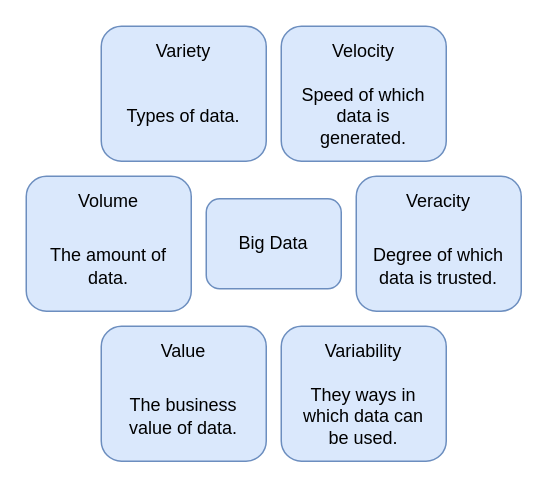
MilosSimic/phd-thesis keeps this draw.io diagram as diagrams/BigData.drawio. Above is the earlier version. Source tidied: cells renumbered, new cells numbered last; positions are measured from the earlier drawing's top-left corner, leaving out a move shared by most shapes. Both pictures are drawn from the tidied source at 150%, with x=0, y=0 at pixel (26, 26).
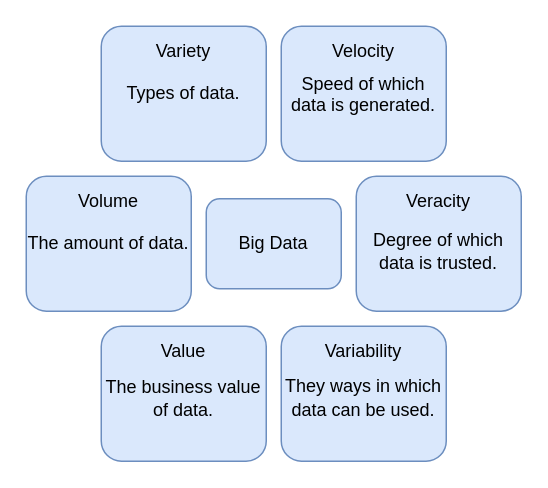
The same diagram, later.

Diff of the diagram source:
```diff
@@
-    <mxCell id="2" style="rounded=1;whiteSpace=wrap;html=1;fillColor=#dae8fc;strokeColor=#6c8ebf;labelPosition=center;verticalLabelPosition=top;align=center;verticalAlign=bottom;" parent="1" vertex="1">
-      <mxGeometry y="100" width="110" height="90" as="geometry" />
-    </mxCell>
+    <mxCell id="22" style="rounded=1;whiteSpace=wrap;html=1;fillColor=#dae8fc;strokeColor=#6c8ebf;labelPosition=center;verticalLabelPosition=top;align=center;verticalAlign=bottom;" parent="1" vertex="1">
+      <mxGeometry y="100" width="110" height="90" as="geometry" />
+    </mxCell>
@@
-    <mxCell id="4" style="rounded=1;whiteSpace=wrap;html=1;fillColor=#dae8fc;strokeColor=#6c8ebf;labelPosition=center;verticalLabelPosition=top;align=center;verticalAlign=bottom;" parent="1" vertex="1">
-      <mxGeometry x="50" width="110" height="90" as="geometry" />
-    </mxCell>
+    <mxCell id="23" style="rounded=1;whiteSpace=wrap;html=1;fillColor=#dae8fc;strokeColor=#6c8ebf;labelPosition=center;verticalLabelPosition=top;align=center;verticalAlign=bottom;" parent="1" vertex="1">
+      <mxGeometry x="50" width="110" height="90" as="geometry" />
+    </mxCell>
@@
-    <mxCell id="6" style="rounded=1;whiteSpace=wrap;html=1;fillColor=#dae8fc;strokeColor=#6c8ebf;labelPosition=center;verticalLabelPosition=top;align=center;verticalAlign=bottom;" parent="1" vertex="1">
-      <mxGeometry x="170" width="110" height="90" as="geometry" />
-    </mxCell>
+    <mxCell id="24" style="rounded=1;whiteSpace=wrap;html=1;fillColor=#dae8fc;strokeColor=#6c8ebf;labelPosition=center;verticalLabelPosition=top;align=center;verticalAlign=bottom;" parent="1" vertex="1">
+      <mxGeometry x="170" width="110" height="90" as="geometry" />
+    </mxCell>
@@
-    <mxCell id="8" style="rounded=1;whiteSpace=wrap;html=1;fillColor=#dae8fc;strokeColor=#6c8ebf;labelPosition=center;verticalLabelPosition=top;align=center;verticalAlign=bottom;" parent="1" vertex="1">
-      <mxGeometry x="220" y="100" width="110" height="90" as="geometry" />
-    </mxCell>
+    <mxCell id="25" style="rounded=1;whiteSpace=wrap;html=1;fillColor=#dae8fc;strokeColor=#6c8ebf;labelPosition=center;verticalLabelPosition=top;align=center;verticalAlign=bottom;" parent="1" vertex="1">
+      <mxGeometry x="220" y="100" width="110" height="90" as="geometry" />
+    </mxCell>
@@
-    <mxCell id="10" style="rounded=1;whiteSpace=wrap;html=1;fillColor=#dae8fc;strokeColor=#6c8ebf;labelPosition=center;verticalLabelPosition=top;align=center;verticalAlign=bottom;" parent="1" vertex="1">
-      <mxGeometry x="50" y="200" width="110" height="90" as="geometry" />
-    </mxCell>
+    <mxCell id="26" style="rounded=1;whiteSpace=wrap;html=1;fillColor=#dae8fc;strokeColor=#6c8ebf;labelPosition=center;verticalLabelPosition=top;align=center;verticalAlign=bottom;" parent="1" vertex="1">
+      <mxGeometry x="50" y="200" width="110" height="90" as="geometry" />
+    </mxCell>
@@
-    <mxCell id="12" style="rounded=1;whiteSpace=wrap;html=1;fillColor=#dae8fc;strokeColor=#6c8ebf;labelPosition=center;verticalLabelPosition=top;align=center;verticalAlign=bottom;" parent="1" vertex="1">
-      <mxGeometry x="170" y="200" width="110" height="90" as="geometry" />
-    </mxCell>
+    <mxCell id="27" style="rounded=1;whiteSpace=wrap;html=1;fillColor=#dae8fc;strokeColor=#6c8ebf;labelPosition=center;verticalLabelPosition=top;align=center;verticalAlign=bottom;" parent="1" vertex="1">
+      <mxGeometry x="170" y="200" width="110" height="90" as="geometry" />
+    </mxCell>
@@
     <mxCell id="14" value="The amount of data." style="text;html=1;strokeColor=none;fillColor=none;align=center;verticalAlign=middle;whiteSpace=wrap;rounded=0;" parent="1" vertex="1">
-      <mxGeometry x="10" y="140" width="90" height="40" as="geometry" />
+      <mxGeometry y="100" width="110" height="90" as="geometry" />
     </mxCell>
     <mxCell id="15" value="Types of data." style="text;html=1;strokeColor=none;fillColor=none;align=center;verticalAlign=middle;whiteSpace=wrap;rounded=0;" parent="1" vertex="1">
-      <mxGeometry x="60" y="40" width="90" height="40" as="geometry" />
+      <mxGeometry x="50" width="110" height="90" as="geometry" />
     </mxCell>
-    <mxCell id="16" value="Speed of which data is generated." style="text;html=1;strokeColor=none;fillColor=none;align=center;verticalAlign=middle;whiteSpace=wrap;rounded=0;" parent="1" vertex="1">
-      <mxGeometry x="180" y="40" width="90" height="40" as="geometry" />
-    </mxCell>
-    <mxCell id="17" value="Degree of which data is trusted." style="text;html=1;strokeColor=none;fillColor=none;align=center;verticalAlign=middle;whiteSpace=wrap;rounded=0;" parent="1" vertex="1">
-      <mxGeometry x="230" y="140" width="90" height="40" as="geometry" />
-    </mxCell>
-    <mxCell id="18" value="The business value of data." style="text;html=1;strokeColor=none;fillColor=none;align=center;verticalAlign=middle;whiteSpace=wrap;rounded=0;" parent="1" vertex="1">
-      <mxGeometry x="60" y="240" width="90" height="40" as="geometry" />
-    </mxCell>
-    <mxCell id="19" value="They ways in which data can be used." style="text;html=1;strokeColor=none;fillColor=none;align=center;verticalAlign=middle;whiteSpace=wrap;rounded=0;" parent="1" vertex="1">
-      <mxGeometry x="180" y="240" width="90" height="40" as="geometry" />
-    </mxCell>
-    <mxCell id="20" style="rounded=1;whiteSpace=wrap;html=1;fillColor=#dae8fc;strokeColor=#6c8ebf;labelPosition=center;verticalLabelPosition=top;align=center;verticalAlign=bottom;" parent="1" vertex="1">
-      <mxGeometry x="120" y="115" width="90" height="60" as="geometry" />
-    </mxCell>
+    <mxCell id="28" value="Speed of which" style="text;html=1;strokeColor=none;fillColor=none;align=center;verticalAlign=middle;whiteSpace=wrap;rounded=0;" parent="1" vertex="1">
+      <mxGeometry x="170" y="33.5" width="110" height="10" as="geometry" />
+    </mxCell>
+    <mxCell id="29" value="data is trusted." style="text;html=1;strokeColor=none;fillColor=none;align=center;verticalAlign=middle;whiteSpace=wrap;rounded=0;" parent="1" vertex="1">
+      <mxGeometry x="220" y="150" width="110" height="15" as="geometry" />
+    </mxCell>
+    <mxCell id="30" value="of data." style="text;html=1;strokeColor=none;fillColor=none;align=center;verticalAlign=middle;whiteSpace=wrap;rounded=0;" parent="1" vertex="1">
+      <mxGeometry x="50" y="250.5" width="110" height="10" as="geometry" />
+    </mxCell>
+    <mxCell id="31" value="They ways in which" style="text;html=1;strokeColor=none;fillColor=none;align=center;verticalAlign=middle;whiteSpace=wrap;rounded=0;" parent="1" vertex="1">
+      <mxGeometry x="170" y="229.5" width="110" height="20" as="geometry" />
+    </mxCell>
+    <mxCell id="32" style="rounded=1;whiteSpace=wrap;html=1;fillColor=#dae8fc;strokeColor=#6c8ebf;labelPosition=center;verticalLabelPosition=top;align=center;verticalAlign=bottom;" parent="1" vertex="1">
+      <mxGeometry x="120" y="115" width="90" height="60" as="geometry" />
+    </mxCell>
@@
+    <mxCell id="33" value="data is generated." style="text;html=1;strokeColor=none;fillColor=none;align=center;verticalAlign=middle;whiteSpace=wrap;rounded=0;" parent="1" vertex="1">
+      <mxGeometry x="170" y="47.5" width="110" height="10" as="geometry" />
+    </mxCell>
+    <mxCell id="34" value="Degree of which" style="text;html=1;strokeColor=none;fillColor=none;align=center;verticalAlign=middle;whiteSpace=wrap;rounded=0;" parent="1" vertex="1">
+      <mxGeometry x="220" y="135" width="110" height="15" as="geometry" />
+    </mxCell>
+    <mxCell id="35" value="data can be used." style="text;html=1;strokeColor=none;fillColor=none;align=center;verticalAlign=middle;whiteSpace=wrap;rounded=0;" parent="1" vertex="1">
+      <mxGeometry x="170" y="250.5" width="110" height="10" as="geometry" />
+    </mxCell>
+    <mxCell id="36" value="The business value" style="text;html=1;strokeColor=none;fillColor=none;align=center;verticalAlign=middle;whiteSpace=wrap;rounded=0;" parent="1" vertex="1">
+      <mxGeometry x="50" y="235.5" width="110" height="10" as="geometry" />
+    </mxCell>
```
